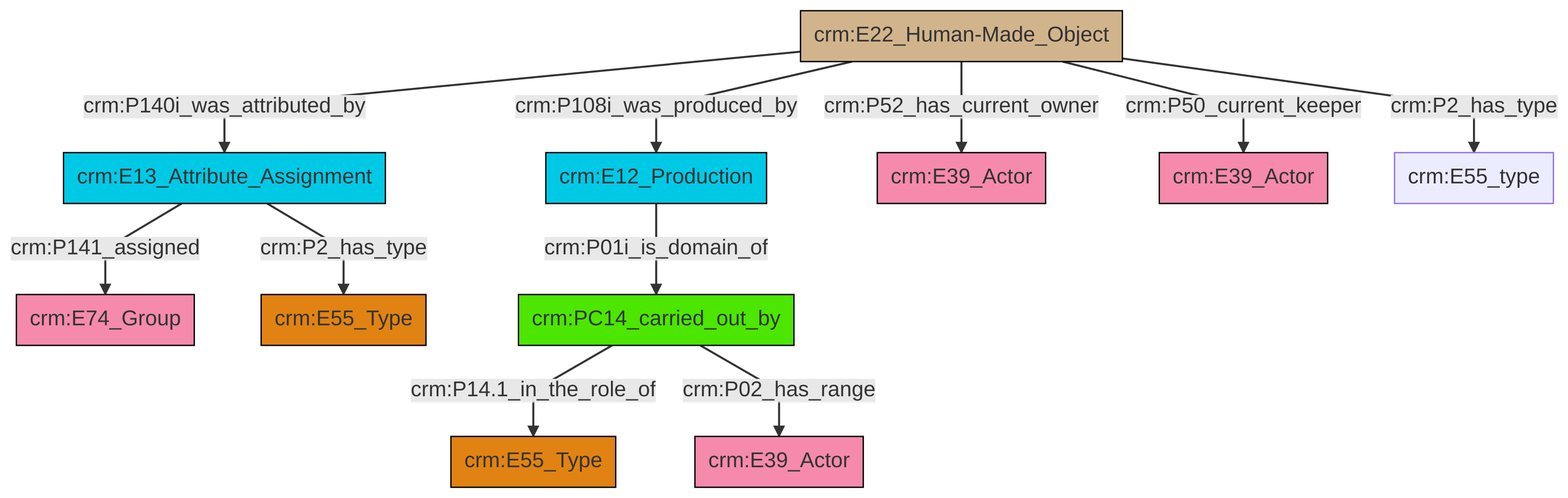
Before: et/artworkCSV/ttl/mmd/png/Artwork_Actor_Relations.png, a diagram exported from Mermaid (swiss-art-research-net/reference-data-models). Its source is kept beside it as et/artworkCSV/ttl/mmd/Artwork_Actor_Relations.ttl.mmd.
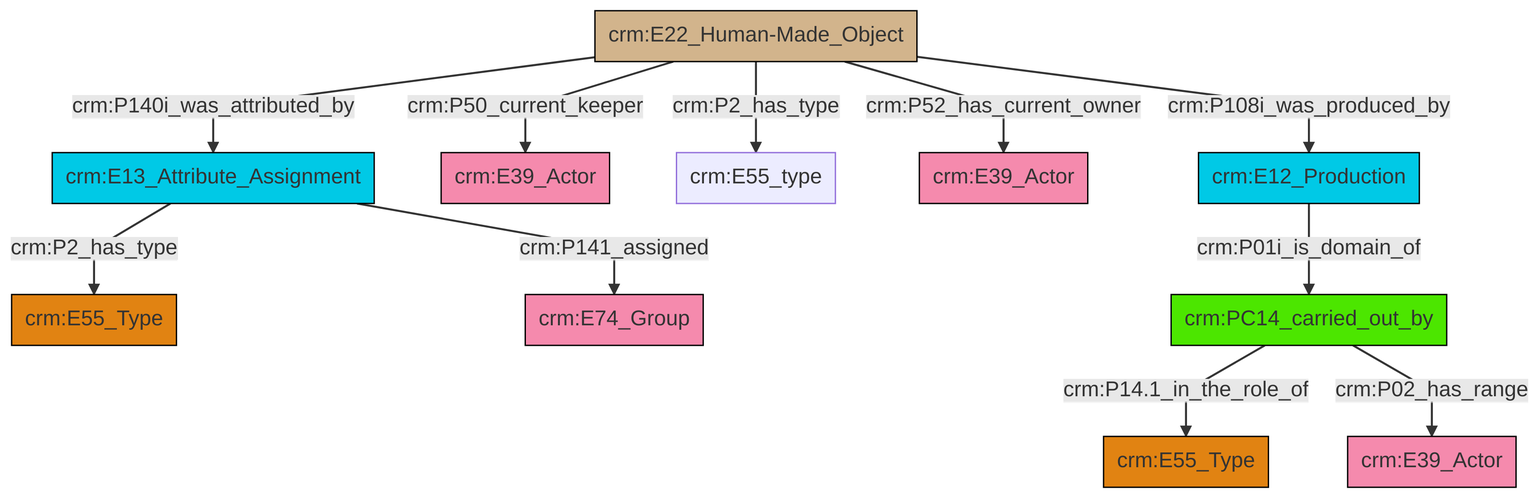
Above is the later version.

Change to the diagram source:
```diff
@@ -13,13 +13,13 @@
 classDef PC_Classes fill:#4ce600, stroke:#000000;
 classDef Multi fill:#cccccc,stroke:#000000;
 
-0["crm:E13_Attribute_Assignment"]:::Temporal_Entity -->|crm:P141_assigned| 1["crm:E74_Group"]:::Actor
-6["crm:E22_Human-Made_Object"]:::Physical_Thing -->|crm:P108i_was_produced_by| 7["crm:E12_Production"]:::Temporal_Entity
-6["crm:E22_Human-Made_Object"]:::Physical_Thing -->|crm:P52_has_current_owner| 8["crm:E39_Actor"]:::Actor
-9["crm:PC14_carried_out_by"]:::PC_Classes -->|crm:P14.1_in_the_role_of| 2["crm:E55_Type"]:::Type
-9["crm:PC14_carried_out_by"]:::PC_Classes -->|crm:P02_has_range| 12["crm:E39_Actor"]:::Actor
-6["crm:E22_Human-Made_Object"]:::Physical_Thing -->|crm:P2_has_type| 17["crm:E55_type"]:::Default
-6["crm:E22_Human-Made_Object"]:::Physical_Thing -->|crm:P140i_was_attributed_by| 0["crm:E13_Attribute_Assignment"]:::Temporal_Entity
-0["crm:E13_Attribute_Assignment"]:::Temporal_Entity -->|crm:P2_has_type| 4["crm:E55_Type"]:::Type
-7["crm:E12_Production"]:::Temporal_Entity -->|crm:P01i_is_domain_of| 9["crm:PC14_carried_out_by"]:::PC_Classes
-6["crm:E22_Human-Made_Object"]:::Physical_Thing -->|crm:P50_current_keeper| 14["crm:E39_Actor"]:::Actor
+0["crm:E22_Human-Made_Object"]:::Physical_Thing -->|crm:P140i_was_attributed_by| 1["crm:E13_Attribute_Assignment"]:::Temporal_Entity
+0["crm:E22_Human-Made_Object"]:::Physical_Thing -->|crm:P50_current_keeper| 4["crm:E39_Actor"]:::Actor
+0["crm:E22_Human-Made_Object"]:::Physical_Thing -->|crm:P2_has_type| 7["crm:E55_type"]:::Default
+0["crm:E22_Human-Made_Object"]:::Physical_Thing -->|crm:P52_has_current_owner| 12["crm:E39_Actor"]:::Actor
+13["crm:PC14_carried_out_by"]:::PC_Classes -->|crm:P14.1_in_the_role_of| 14["crm:E55_Type"]:::Type
+13["crm:PC14_carried_out_by"]:::PC_Classes -->|crm:P02_has_range| 8["crm:E39_Actor"]:::Actor
+1["crm:E13_Attribute_Assignment"]:::Temporal_Entity -->|crm:P2_has_type| 2["crm:E55_Type"]:::Type
+0["crm:E22_Human-Made_Object"]:::Physical_Thing -->|crm:P108i_was_produced_by| 10["crm:E12_Production"]:::Temporal_Entity
+1["crm:E13_Attribute_Assignment"]:::Temporal_Entity -->|crm:P141_assigned| 18["crm:E74_Group"]:::Actor
+10["crm:E12_Production"]:::Temporal_Entity -->|crm:P01i_is_domain_of| 13["crm:PC14_carried_out_by"]:::PC_Classes
```
